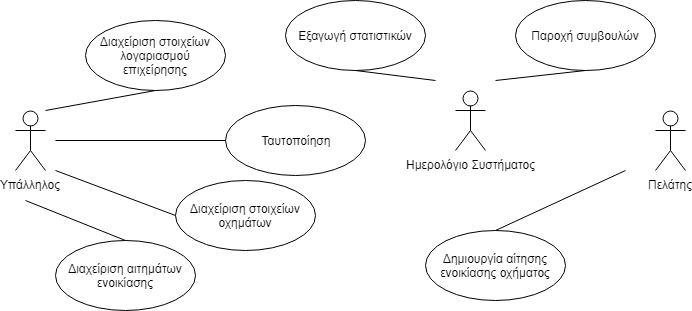
teotsi/RentEmAll keeps this draw.io diagram as use_case_diagram.png. Above is the earlier version. Source tidied: cells renumbered, new cells last; positions are measured from the earlier drawing's top-left corner, leaving out a move shared by most shapes.
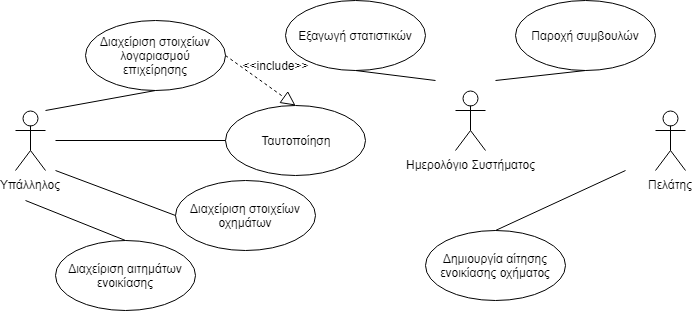
Above is the later version.

What changed in the source:
```diff
@@ -67,5 +67,11 @@
         <mxPoint x="480" y="80" as="sourcePoint" />
       </mxGeometry>
     </mxCell>
+    <mxCell id="19" style="endArrow=block;dashed=1;endFill=0;endSize=12;html=1;entryX=0.5;entryY=0;entryDx=0;entryDy=0;exitX=1;exitY=0.5;exitDx=0;exitDy=0;" parent="1" edge="1" source="5" target="4">
+      <mxGeometry relative="1" as="geometry" />
+    </mxCell>
+    <mxCell id="20" value="&amp;lt;&amp;lt;include&amp;gt;&amp;gt;" style="text;html=1;strokeColor=none;fillColor=none;align=center;verticalAlign=middle;whiteSpace=wrap;rounded=0;" parent="1" vertex="1">
+      <mxGeometry x="240" y="55" width="40" height="20" as="geometry" />
+    </mxCell>
   </root>
 </mxGraphModel>
```
